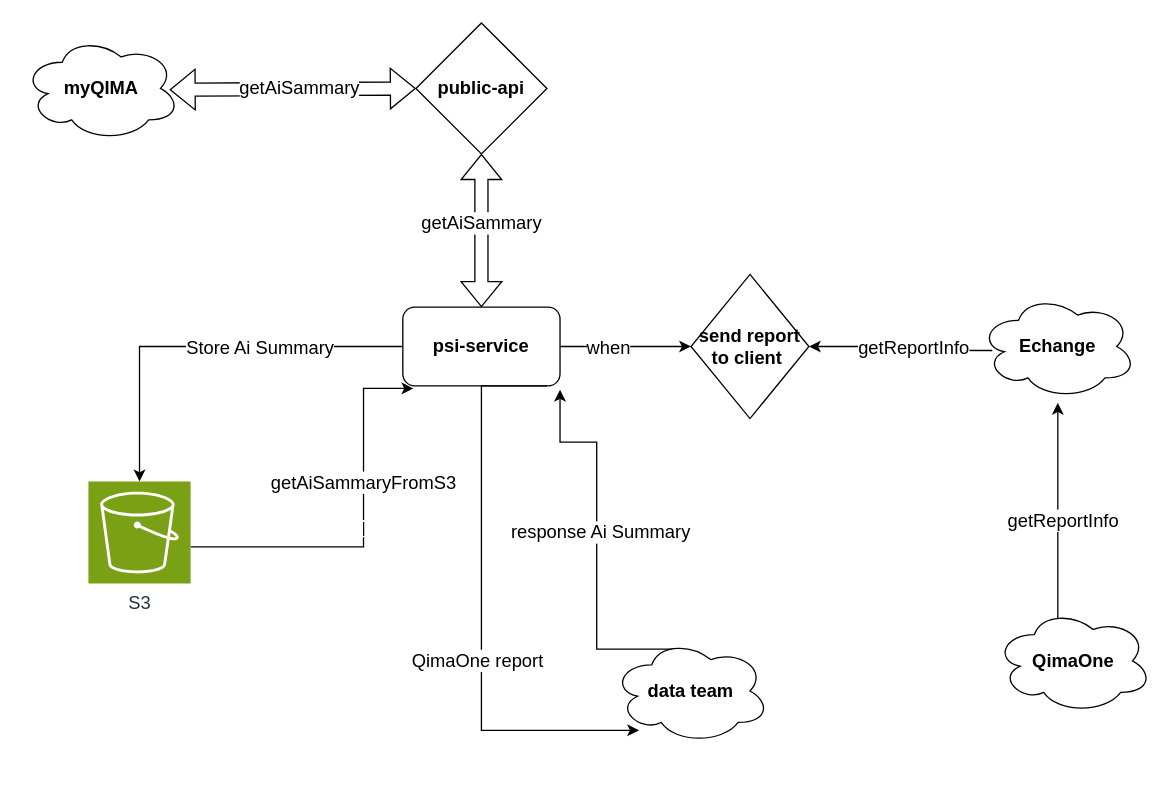
This is AI Summary.drawio from johnApp86/diagrams, a draw.io file, before an edit. Source tidied: cells renumbered, new cells numbered last; positions are measured from the earlier drawing's top-left corner, leaving out a move shared by most shapes. Both pictures are drawn from the tidied source at 131%, with x=0, y=0 at pixel (22, 22).
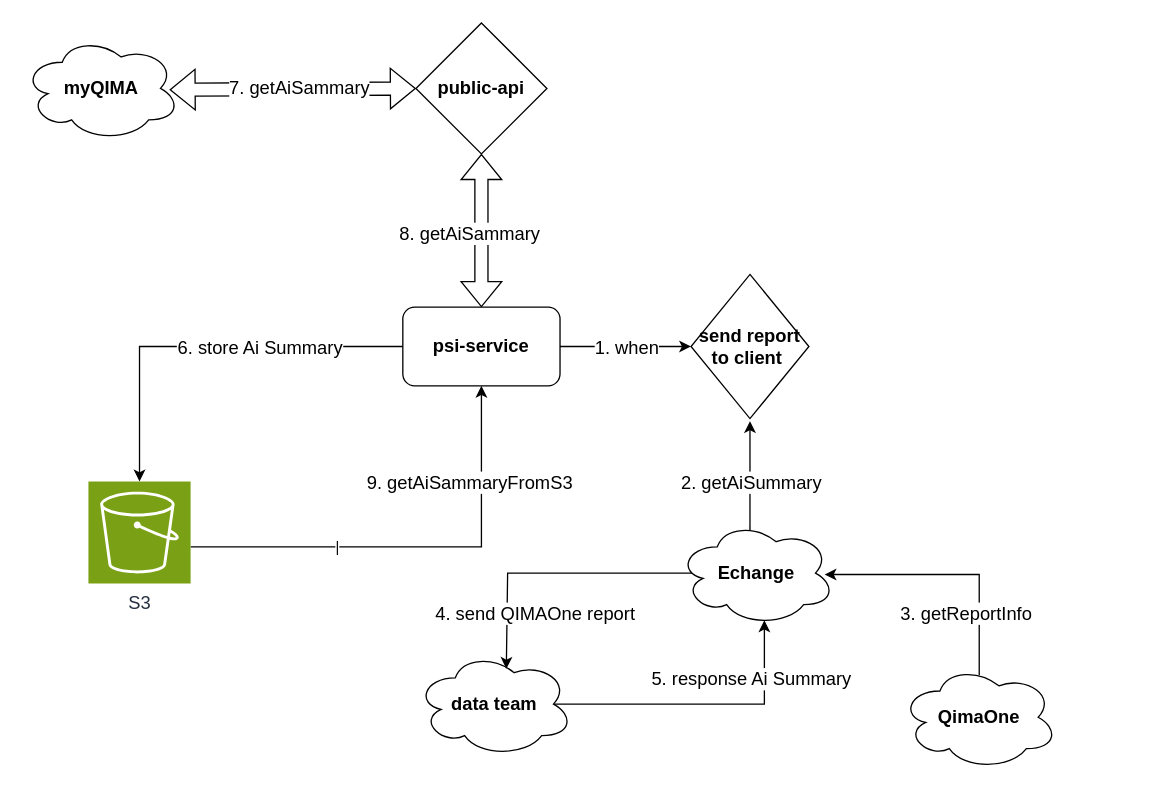
After the change.

The change refers to these unchanged cells:
```xml
<mxCell id="4" style="edgeStyle=orthogonalEdgeStyle;rounded=0;jettySize=auto;html=1;" parent="1" edge="1" source="6">
  <mxGeometry relative="1" as="geometry">
    <mxPoint x="510" y="247" as="targetPoint" />
  </mxGeometry>
</mxCell>
<mxCell id="6" value="psi-service" style="rounded=1;whiteSpace=wrap;html=1;fontStyle=1;fontSize=14;" parent="1" vertex="1">
  <mxGeometry x="290" y="217" width="120" height="60" as="geometry" />
</mxCell>
<mxCell id="7" style="shape=flexArrow;endArrow=classic;startArrow=classic;html=1;rounded=0;entryX=0.5;entryY=0;entryDx=0;entryDy=0;" parent="1" edge="1" source="3" target="6">
  <mxGeometry relative="1" as="geometry" />
</mxCell>
<mxCell id="9" style="shape=flexArrow;endArrow=classic;startArrow=classic;html=1;rounded=0;entryX=0;entryY=0.5;entryDx=0;entryDy=0;exitX=0.933;exitY=0.513;exitDx=0;exitDy=0;exitPerimeter=0;" parent="1" edge="1" source="2" target="3">
  <mxGeometry relative="1" as="geometry" />
</mxCell>
<mxCell id="21" value="&lt;font style=&quot;font-size: 14px;&quot;&gt;S3&lt;/font&gt;" style="sketch=0;points=[[0,0,0],[0.25,0,0],[0.5,0,0],[0.75,0,0],[1,0,0],[0,1,0],[0.25,1,0],[0.5,1,0],[0.75,1,0],[1,1,0],[0,0.25,0],[0,0.5,0],[0,0.75,0],[1,0.25,0],[1,0.5,0],[1,0.75,0]];outlineConnect=0;fontColor=#232F3E;fillColor=#7AA116;strokeColor=#ffffff;dashed=0;verticalLabelPosition=bottom;verticalAlign=top;align=center;html=1;fontSize=12;fontStyle=0;shape=mxgraph.aws4.resourceIcon;resIcon=mxgraph.aws4.s3;" parent="1" vertex="1">
  <mxGeometry x="50" y="350" width="78" height="78" as="geometry" />
</mxCell>
<mxCell id="22" style="edgeStyle=orthogonalEdgeStyle;rounded=0;jettySize=auto;html=1;entryX=0.5;entryY=0;entryDx=0;entryDy=0;entryPerimeter=0;" parent="1" edge="1" source="6" target="21">
  <mxGeometry relative="1" as="geometry" />
</mxCell>
<mxCell id="24" value="&lt;span style=&quot;font-size: 14px; font-weight: 700;&quot;&gt;send report to client&amp;nbsp;&lt;/span&gt;" style="rhombus;whiteSpace=wrap;html=1;" parent="1" vertex="1">
  <mxGeometry x="510" y="192" width="90" height="110" as="geometry" />
</mxCell>
```

Change to the diagram source:
```diff
@@
-    <mxCell id="5" value="when" style="edgeLabel;html=1;align=center;verticalAlign=middle;fontSize=14;" parent="4" vertex="1">
-      <mxGeometry x="-0.28" relative="1" as="geometry" />
+    <mxCell id="5" value="1. when" style="edgeLabel;html=1;align=center;verticalAlign=middle;fontSize=14;" parent="4" vertex="1">
+      <mxGeometry x="-0.28" relative="1" as="geometry">
+        <mxPoint x="14" as="offset" />
+      </mxGeometry>
     </mxCell>
@@
-    <mxCell id="8" value="&lt;span style=&quot;font-size: 14px;&quot;&gt;getAiSammary&lt;/span&gt;" style="edgeLabel;html=1;align=center;verticalAlign=middle;" parent="7" vertex="1">
-      <mxGeometry x="-0.11" y="-1" relative="1" as="geometry" />
+    <mxCell id="8" value="&lt;span style=&quot;font-size: 14px;&quot;&gt;8. getAiSammary&lt;/span&gt;" style="edgeLabel;html=1;align=center;verticalAlign=middle;" parent="7" vertex="1">
+      <mxGeometry x="-0.11" y="-1" relative="1" as="geometry">
+        <mxPoint x="-9" y="8" as="offset" />
+      </mxGeometry>
     </mxCell>
@@
-    <mxCell id="10" value="getAiSammary" style="edgeLabel;html=1;align=center;verticalAlign=middle;fontSize=14;" parent="9" vertex="1">
+    <mxCell id="10" value="7. getAiSammary" style="edgeLabel;html=1;align=center;verticalAlign=middle;fontSize=14;" parent="9" vertex="1">
       <mxGeometry x="-0.11" y="-1" relative="1" as="geometry">
         <mxPoint x="15" y="-2" as="offset" />
       </mxGeometry>
     </mxCell>
-    <mxCell id="11" style="edgeStyle=orthogonalEdgeStyle;rounded=0;jettySize=auto;html=1;exitX=0.4;exitY=0.1;exitDx=0;exitDy=0;exitPerimeter=0;" parent="1" edge="1" source="13">
+    <mxCell id="11" style="edgeStyle=orthogonalEdgeStyle;rounded=0;jettySize=auto;html=1;exitX=0.875;exitY=0.5;exitDx=0;exitDy=0;exitPerimeter=0;entryX=0.55;entryY=0.95;entryDx=0;entryDy=0;entryPerimeter=0;" parent="1" edge="1" source="13" target="27">
       <mxGeometry relative="1" as="geometry">
-        <mxPoint x="410" y="280" as="targetPoint" />
         <Array as="points">
-          <mxPoint x="438" y="320" />
-          <mxPoint x="410" y="320" />
+          <mxPoint x="566" y="520" />
         </Array>
       </mxGeometry>
     </mxCell>
-    <mxCell id="12" value="response Ai Summary" style="edgeLabel;html=1;align=center;verticalAlign=middle;fontSize=14;" parent="11" vertex="1">
-      <mxGeometry x="0.05" y="-2" relative="1" as="geometry" />
+    <mxCell id="12" value="5. response Ai Summary" style="edgeLabel;html=1;align=center;verticalAlign=middle;fontSize=14;" parent="11" vertex="1">
+      <mxGeometry x="0.05" y="-2" relative="1" as="geometry">
+        <mxPoint x="32" y="-22" as="offset" />
+      </mxGeometry>
     </mxCell>
     <mxCell id="13" value="data team" style="ellipse;shape=cloud;whiteSpace=wrap;html=1;fontSize=14;rounded=1;fontStyle=1;" parent="1" vertex="1">
-      <mxGeometry x="450" y="470" width="120" height="80" as="geometry" />
+      <mxGeometry x="300" y="480" width="120" height="80" as="geometry" />
     </mxCell>
-    <mxCell id="14" style="edgeStyle=orthogonalEdgeStyle;rounded=0;jettySize=auto;html=1;exitX=0.083;exitY=0.538;exitDx=0;exitDy=0;exitPerimeter=0;entryX=1;entryY=0.5;entryDx=0;entryDy=0;" parent="1" edge="1" source="27" target="24">
+    <mxCell id="14" style="edgeStyle=orthogonalEdgeStyle;rounded=0;jettySize=auto;html=1;exitX=0.458;exitY=0.05;exitDx=0;exitDy=0;exitPerimeter=0;entryX=0.5;entryY=1;entryDx=0;entryDy=0;" parent="1" edge="1" source="27">
       <mxGeometry relative="1" as="geometry">
+        <mxPoint x="555" y="304" as="targetPoint" />
         <Array as="points">
-          <mxPoint x="680" y="250" />
-          <mxPoint x="680" y="247" />
+          <mxPoint x="555" y="414" />
         </Array>
       </mxGeometry>
     </mxCell>
-    <mxCell id="15" value="getReportInfo" style="edgeLabel;html=1;align=center;verticalAlign=middle;fontSize=14;" parent="14" vertex="1">
+    <mxCell id="15" value="2. getAiSummary" style="edgeLabel;html=1;align=center;verticalAlign=middle;fontSize=14;" parent="14" vertex="1">
       <mxGeometry x="0.19" y="1" relative="1" as="geometry">
-        <mxPoint x="22" y="-1" as="offset" />
+        <mxPoint x="1" y="-11" as="offset" />
       </mxGeometry>
     </mxCell>
-    <mxCell id="16" style="edgeStyle=orthogonalEdgeStyle;rounded=0;jettySize=auto;html=1;exitX=0.4;exitY=0.1;exitDx=0;exitDy=0;exitPerimeter=0;" parent="1" edge="1" source="18">
+    <mxCell id="16" style="edgeStyle=orthogonalEdgeStyle;rounded=0;jettySize=auto;html=1;entryX=0.933;entryY=0.513;entryDx=0;entryDy=0;entryPerimeter=0;exitX=0.5;exitY=0.1;exitDx=0;exitDy=0;exitPerimeter=0;" parent="1" edge="1" source="18" target="27">
       <mxGeometry relative="1" as="geometry">
-        <mxPoint x="790" y="290" as="targetPoint" />
         <Array as="points">
-          <mxPoint x="790" y="478" />
+          <mxPoint x="730" y="421" />
         </Array>
       </mxGeometry>
     </mxCell>
-    <mxCell id="17" value="getReportInfo" style="edgeLabel;html=1;align=center;verticalAlign=middle;fontSize=14;" parent="16" vertex="1">
-      <mxGeometry x="0.16" y="-3" relative="1" as="geometry" />
+    <mxCell id="17" value="3. getReportInfo" style="edgeLabel;html=1;align=center;verticalAlign=middle;fontSize=14;" parent="16" vertex="1">
+      <mxGeometry x="0.16" y="-3" relative="1" as="geometry">
+        <mxPoint x="26" y="32" as="offset" />
+      </mxGeometry>
     </mxCell>
     <mxCell id="18" value="QimaOne" style="ellipse;shape=cloud;whiteSpace=wrap;html=1;fontSize=14;rounded=1;fontStyle=1;" parent="1" vertex="1">
-      <mxGeometry x="742" y="447" width="120" height="80" as="geometry" />
+      <mxGeometry x="670" y="490" width="120" height="80" as="geometry" />
     </mxCell>
-    <mxCell id="19" value="|" style="edgeStyle=orthogonalEdgeStyle;rounded=0;jettySize=auto;html=1;entryX=0.067;entryY=1.033;entryDx=0;entryDy=0;entryPerimeter=0;" parent="1" edge="1" source="21" target="6">
-      <mxGeometry relative="1" as="geometry">
+    <mxCell id="19" value="|" style="edgeStyle=orthogonalEdgeStyle;rounded=0;jettySize=auto;html=1;entryX=0.5;entryY=1;entryDx=0;entryDy=0;" parent="1" edge="1" source="21" target="6">
+      <mxGeometry x="-0.35" relative="1" as="geometry">
         <Array as="points">
-          <mxPoint x="260" y="400" />
-          <mxPoint x="260" y="279" />
+          <mxPoint x="350" y="400" />
         </Array>
       </mxGeometry>
     </mxCell>
-    <mxCell id="20" value="&lt;span style=&quot;font-size: 14px;&quot;&gt;getAiSammaryFromS3&lt;/span&gt;" style="edgeLabel;html=1;align=center;verticalAlign=middle;" parent="19" vertex="1">
+    <mxCell id="20" value="&lt;span style=&quot;font-size: 14px;&quot;&gt;9. getAiSammaryFromS3&lt;/span&gt;" style="edgeLabel;html=1;align=center;verticalAlign=middle;" parent="19" vertex="1">
       <mxGeometry x="-0.1" y="2" relative="1" as="geometry">
-        <mxPoint y="-48" as="offset" />
+        <mxPoint x="57" y="-48" as="offset" />
       </mxGeometry>
     </mxCell>
@@
-    <mxCell id="23" value="Store Ai Summary" style="edgeLabel;html=1;align=center;verticalAlign=middle;fontSize=14;" parent="22" vertex="1">
+    <mxCell id="23" value="6. store Ai Summary" style="edgeLabel;html=1;align=center;verticalAlign=middle;fontSize=14;" parent="22" vertex="1">
       <mxGeometry x="-0.06" y="-2" relative="1" as="geometry">
         <mxPoint x="33" y="2" as="offset" />
       </mxGeometry>
     </mxCell>
@@
-    <mxCell id="25" style="edgeStyle=orthogonalEdgeStyle;rounded=0;jettySize=auto;html=1;exitX=1;exitY=1;exitDx=0;exitDy=0;" parent="1" edge="1" target="13">
+    <mxCell id="25" style="edgeStyle=orthogonalEdgeStyle;rounded=0;jettySize=auto;html=1;exitX=0.16;exitY=0.55;exitDx=0;exitDy=0;exitPerimeter=0;entryX=0.575;entryY=0.163;entryDx=0;entryDy=0;entryPerimeter=0;" parent="1" edge="1" target="13">
       <mxGeometry relative="1" as="geometry">
-        <mxPoint x="400" y="277" as="sourcePoint" />
+        <mxPoint x="519.2" y="414" as="sourcePoint" />
         <Array as="points">
-          <mxPoint x="350" y="277" />
-          <mxPoint x="350" y="540" />
+          <mxPoint x="519" y="420" />
+          <mxPoint x="370" y="420" />
         </Array>
       </mxGeometry>
     </mxCell>
-    <mxCell id="26" value="QimaOne report" style="edgeLabel;html=1;align=center;verticalAlign=middle;fontSize=14;" parent="25" vertex="1">
+    <mxCell id="26" value="4. send QIMAOne report" style="edgeLabel;html=1;align=center;verticalAlign=middle;fontSize=14;" parent="25" vertex="1">
       <mxGeometry x="-0.08" y="-4" relative="1" as="geometry">
-        <mxPoint y="60" as="offset" />
+        <mxPoint x="-30" y="34" as="offset" />
       </mxGeometry>
     </mxCell>
     <mxCell id="27" value="Echange" style="ellipse;shape=cloud;whiteSpace=wrap;html=1;fontSize=14;rounded=1;fontStyle=1;" parent="1" vertex="1">
-      <mxGeometry x="730" y="207" width="120" height="80" as="geometry" />
+      <mxGeometry x="500" y="380" width="120" height="80" as="geometry" />
     </mxCell>
```
